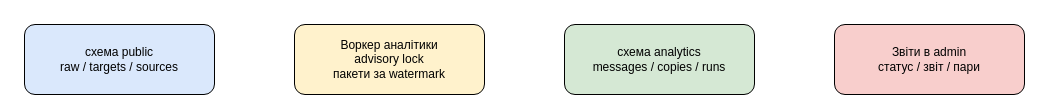
Above: docs/diagrams/analytics-data-flow-schema-boundary.drawio in sql-monk/Puluj-g (draw.io), before the change. Source tidied: cells renumbered, new cells numbered last; positions are measured from the earlier drawing's top-left corner, leaving out a move shared by most shapes. Both pictures are drawn from the tidied source at 100%, with x=0, y=0 at pixel (24, 24).
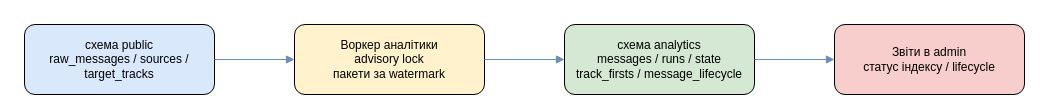
After the change.

Commit message (it also covers changes not shown here):
docs: remove retired copy analytics contracts

What changed in the source:
```diff
@@
 <mxGraphModel>
   <root>
     <mxCell id="0" />
     <mxCell id="1" parent="0" />
-    <mxCell id="2" value="схема public&#10;raw / targets / sources" style="rounded=1;whiteSpace=wrap;html=1;fillColor=#dae8fc;" parent="1" vertex="1">
+    <mxCell id="2" value="схема public&#10;raw_messages / sources / target_tracks" style="rounded=1;whiteSpace=wrap;html=1;fillColor=#dae8fc;" parent="1" vertex="1">
       <mxGeometry width="190" height="70" as="geometry" />
     </mxCell>
     <mxCell id="3" value="Воркер аналітики&#10;advisory lock&#10;пакети за watermark" style="rounded=1;whiteSpace=wrap;html=1;fillColor=#fff2cc;" parent="1" vertex="1">
       <mxGeometry x="270" width="190" height="70" as="geometry" />
     </mxCell>
-    <mxCell id="4" value="схема analytics&#10;messages / copies / runs" style="rounded=1;whiteSpace=wrap;html=1;fillColor=#d5e8d4;" parent="1" vertex="1">
+    <mxCell id="4" value="схема analytics&#10;messages / runs / state&#10;track_firsts / message_lifecycle" style="rounded=1;whiteSpace=wrap;html=1;fillColor=#d5e8d4;" parent="1" vertex="1">
       <mxGeometry x="540" width="190" height="70" as="geometry" />
     </mxCell>
-    <mxCell id="5" value="Звіти в admin&#10;статус / звіт / пари" style="rounded=1;whiteSpace=wrap;html=1;fillColor=#f8cecc;" parent="1" vertex="1">
+    <mxCell id="5" value="Звіти в admin&#10;статус індексу / lifecycle" style="rounded=1;whiteSpace=wrap;html=1;fillColor=#f8cecc;" parent="1" vertex="1">
       <mxGeometry x="810" width="190" height="70" as="geometry" />
     </mxCell>
-    <mxCell id="6" style="edgeStyle=orthogonalEdgeStyle;rounded=0;endArrow=block;html=1;" parent="1" edge="1" source="2" target="3" />
+    <mxCell id="6" style="edgeStyle=orthogonalEdgeStyle;rounded=0;endArrow=block;strokeColor=#6c8ebf;html=1;" parent="1" edge="1" source="2" target="3">
+      <mxGeometry relative="1" as="geometry" />
+    </mxCell>
-    <mxCell id="7" style="edgeStyle=orthogonalEdgeStyle;rounded=0;endArrow=block;html=1;" parent="1" edge="1" source="3" target="4" />
+    <mxCell id="7" style="edgeStyle=orthogonalEdgeStyle;rounded=0;endArrow=block;strokeColor=#6c8ebf;html=1;" parent="1" edge="1" source="3" target="4">
+      <mxGeometry relative="1" as="geometry" />
+    </mxCell>
-    <mxCell id="8" style="edgeStyle=orthogonalEdgeStyle;rounded=0;endArrow=block;html=1;" parent="1" edge="1" source="4" target="5" />
+    <mxCell id="8" style="edgeStyle=orthogonalEdgeStyle;rounded=0;endArrow=block;strokeColor=#6c8ebf;html=1;" parent="1" edge="1" source="4" target="5">
+      <mxGeometry relative="1" as="geometry" />
+    </mxCell>
   </root>
 </mxGraphModel>
```
